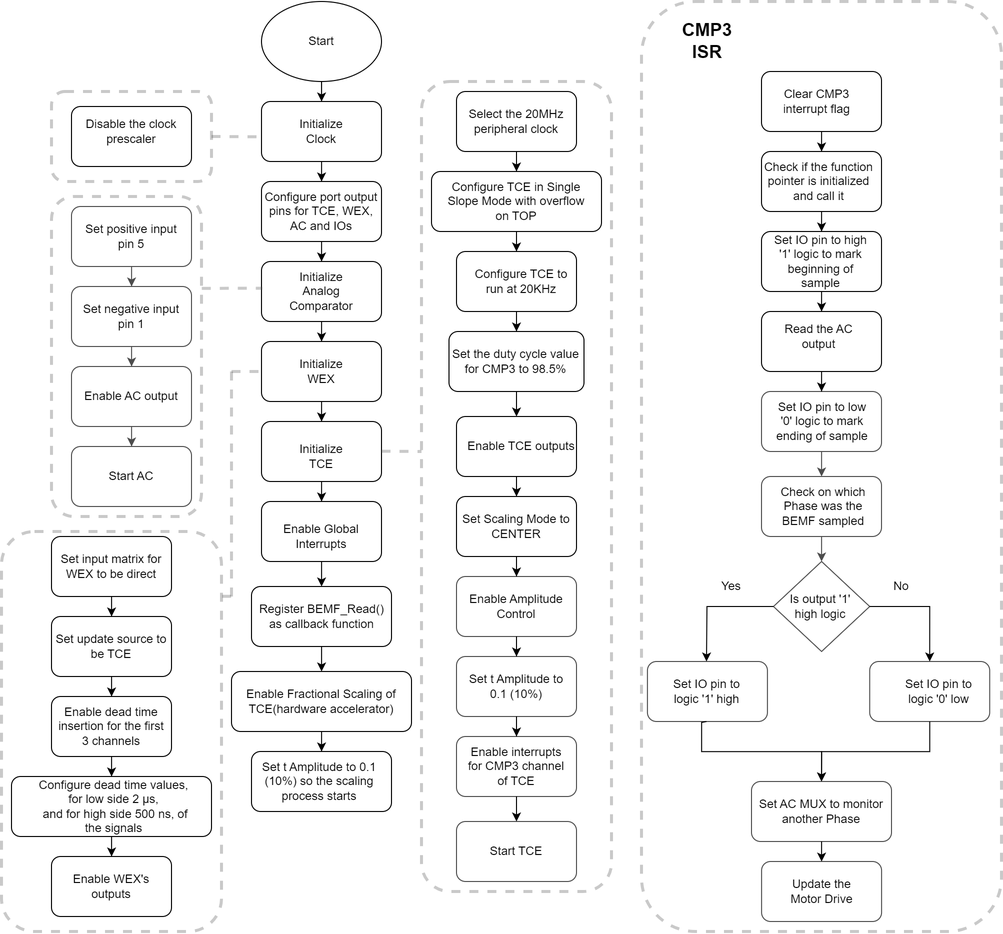
Above: images/bemf_acquisition_flowchart.png in microchip-pic-avr-examples/avr16eb32-bemf-acquisition-demo-during-dead-time-mplab-mcc (draw.io), before the change. Source tidied: cells renumbered, new cells last; positions are measured from the earlier drawing's top-left corner, leaving out a move shared by most shapes.
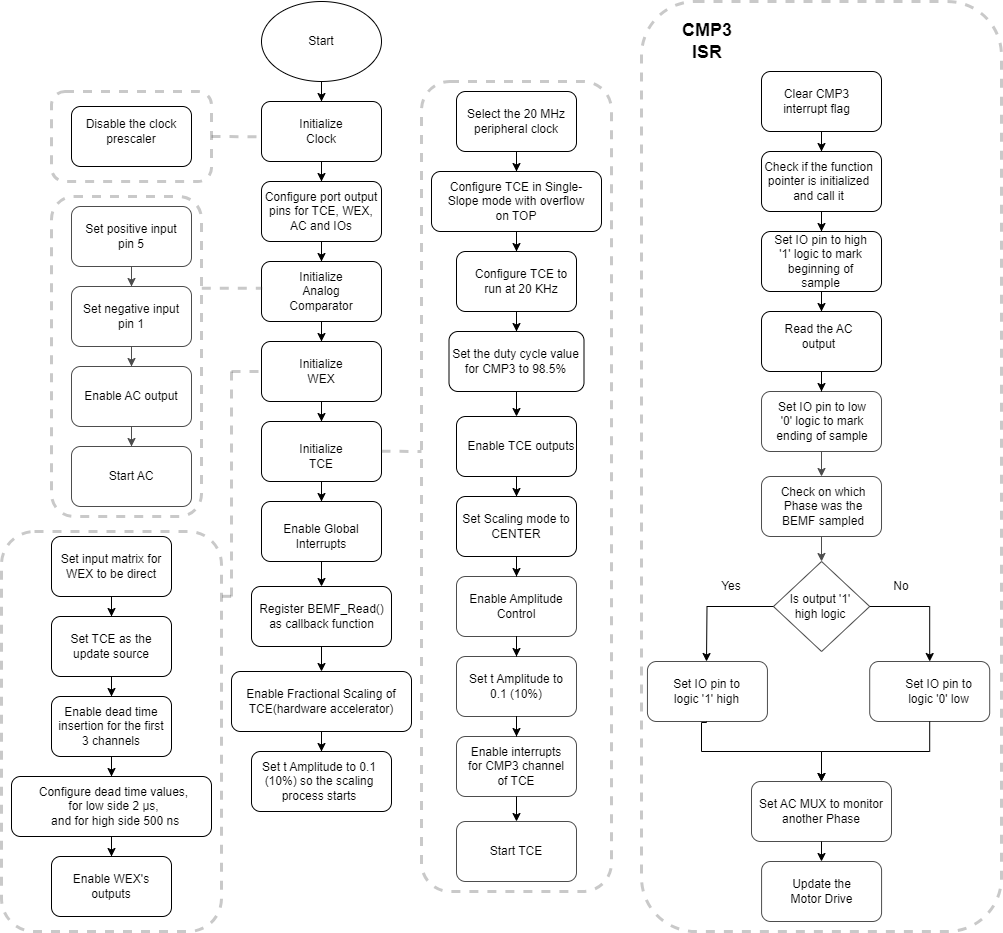
The same file after the commit.

What changed in the source:
```diff
@@ -209,7 +209,7 @@
     <mxCell id="70" value="Enable dead time insertion for the first 3 channels" style="text;html=1;strokeColor=none;fillColor=none;align=center;verticalAlign=middle;whiteSpace=wrap;rounded=0;" parent="1" vertex="1">
       <mxGeometry x="55" y="710" width="110" height="30" as="geometry" />
     </mxCell>
-    <mxCell id="71" value="Configure dead time values, for low side 2&amp;nbsp;µs,&lt;br&gt;&amp;nbsp;and for high side 500 ns, of the signals" style="text;html=1;strokeColor=none;fillColor=none;align=center;verticalAlign=middle;whiteSpace=wrap;rounded=0;" parent="1" vertex="1">
+    <mxCell id="71" value="Configure dead time values, for low side 2&amp;nbsp;µs,&lt;br&gt;&amp;nbsp;and for high side 500 ns" style="text;html=1;strokeColor=none;fillColor=none;align=center;verticalAlign=middle;whiteSpace=wrap;rounded=0;" parent="1" vertex="1">
       <mxGeometry x="35" y="790" width="155" height="30" as="geometry" />
     </mxCell>
     <mxCell id="72" value="Enable WEX's outputs" style="text;html=1;strokeColor=none;fillColor=none;align=center;verticalAlign=middle;whiteSpace=wrap;rounded=0;" parent="1" vertex="1">
@@ -224,13 +224,13 @@
     <mxCell id="75" style="edgeStyle=orthogonalEdgeStyle;rounded=0;jettySize=auto;html=1;" parent="1" edge="1" source="36" target="42">
       <mxGeometry relative="1" as="geometry" />
     </mxCell>
-    <mxCell id="76" value="Select the 20MHz peripheral clock" style="text;html=1;strokeColor=none;fillColor=none;align=center;verticalAlign=middle;whiteSpace=wrap;rounded=0;" parent="1" vertex="1">
+    <mxCell id="76" value="Select the 20 MHz peripheral clock" style="text;html=1;strokeColor=none;fillColor=none;align=center;verticalAlign=middle;whiteSpace=wrap;rounded=0;" parent="1" vertex="1">
       <mxGeometry x="460" y="105" width="110" height="30" as="geometry" />
     </mxCell>
-    <mxCell id="77" value="Configure TCE in Single Slope Mode with overflow on TOP" style="text;html=1;strokeColor=none;fillColor=none;align=center;verticalAlign=middle;whiteSpace=wrap;rounded=0;" parent="1" vertex="1">
+    <mxCell id="77" value="Configure TCE in Single- Slope mode with overflow on TOP" style="text;html=1;strokeColor=none;fillColor=none;align=center;verticalAlign=middle;whiteSpace=wrap;rounded=0;" parent="1" vertex="1">
       <mxGeometry x="445" y="185" width="140" height="30" as="geometry" />
     </mxCell>
-    <mxCell id="78" value="Configure TCE to run at 20KHz" style="text;html=1;strokeColor=none;fillColor=none;align=center;verticalAlign=middle;whiteSpace=wrap;rounded=0;" parent="1" vertex="1">
+    <mxCell id="78" value="Configure TCE to run at 20 KHz" style="text;html=1;strokeColor=none;fillColor=none;align=center;verticalAlign=middle;whiteSpace=wrap;rounded=0;" parent="1" vertex="1">
       <mxGeometry x="465" y="265" width="110" height="30" as="geometry" />
     </mxCell>
     <mxCell id="79" value="Enable interrupts for CMP3 channel of TCE" style="text;html=1;strokeColor=none;fillColor=none;align=center;verticalAlign=middle;whiteSpace=wrap;rounded=0;" parent="1" vertex="1">
@@ -299,7 +299,7 @@
     <mxCell id="99" value="Enable TCE outputs" style="text;html=1;strokeColor=none;fillColor=none;align=center;verticalAlign=middle;whiteSpace=wrap;rounded=0;" parent="1" vertex="1">
       <mxGeometry x="465" y="430" width="110" height="30" as="geometry" />
     </mxCell>
-    <mxCell id="100" value="Set Scaling Mode to CENTER" style="text;html=1;strokeColor=none;fillColor=none;align=center;verticalAlign=middle;whiteSpace=wrap;rounded=0;" parent="1" vertex="1">
+    <mxCell id="100" value="Set Scaling mode to CENTER" style="text;html=1;strokeColor=none;fillColor=none;align=center;verticalAlign=middle;whiteSpace=wrap;rounded=0;" parent="1" vertex="1">
       <mxGeometry x="460" y="510" width="110" height="30" as="geometry" />
     </mxCell>
     <mxCell id="101" value="Enable Amplitude Control" style="text;html=1;strokeColor=none;fillColor=none;align=center;verticalAlign=middle;whiteSpace=wrap;rounded=0;" parent="1" vertex="1">
@@ -317,7 +317,7 @@
     <mxCell id="105" style="edgeStyle=orthogonalEdgeStyle;rounded=0;jettySize=auto;html=1;" parent="1" edge="1" source="19" target="18">
       <mxGeometry relative="1" as="geometry" />
     </mxCell>
-    <mxCell id="106" value="Set update source to be TCE" style="text;html=1;strokeColor=none;fillColor=none;align=center;verticalAlign=middle;whiteSpace=wrap;rounded=0;" parent="1" vertex="1">
+    <mxCell id="106" value="Set TCE as the update source" style="text;html=1;strokeColor=none;fillColor=none;align=center;verticalAlign=middle;whiteSpace=wrap;rounded=0;" parent="1" vertex="1">
       <mxGeometry x="50" y="630" width="120" height="30" as="geometry" />
     </mxCell>
     <mxCell id="107" style="rounded=1;whiteSpace=wrap;html=1;strokeWidth=3;strokeColor=#4D4D4D;opacity=30;dashed=1;" parent="1" vertex="1">
```
